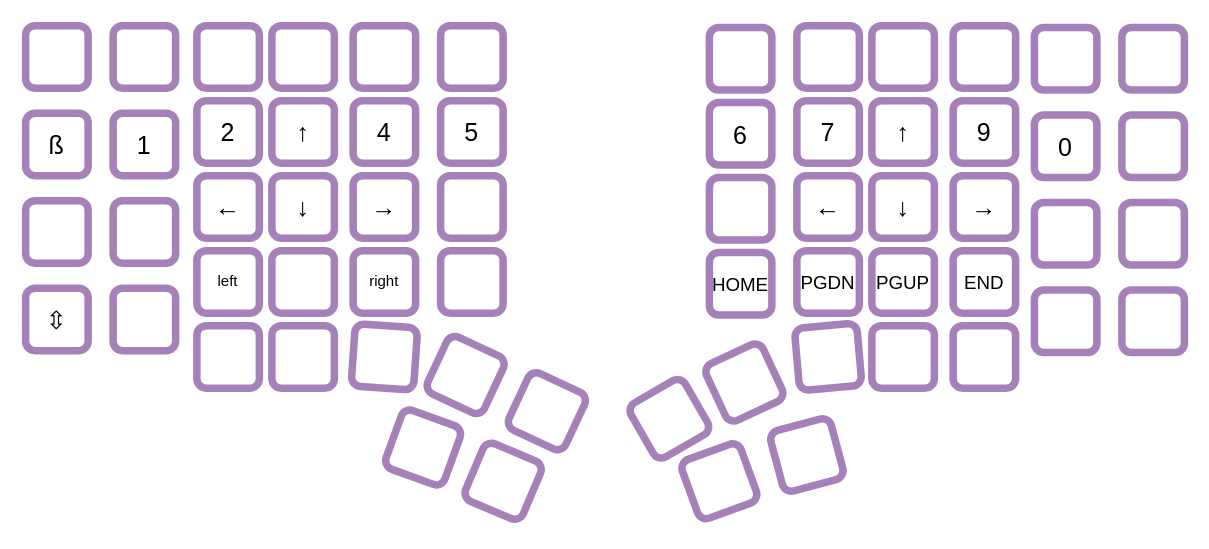
Earlier version of the draw.io diagram page "Raise-navi" (8 of 16) of layouts.drawio (maxistar/dacty). Source tidied: cells renumbered, new cells numbered last; positions are measured from the earlier drawing's top-left corner, leaving out a move shared by most shapes. Both pictures are drawn from the tidied source at 125%, with x=0, y=0 at pixel (25, 25).
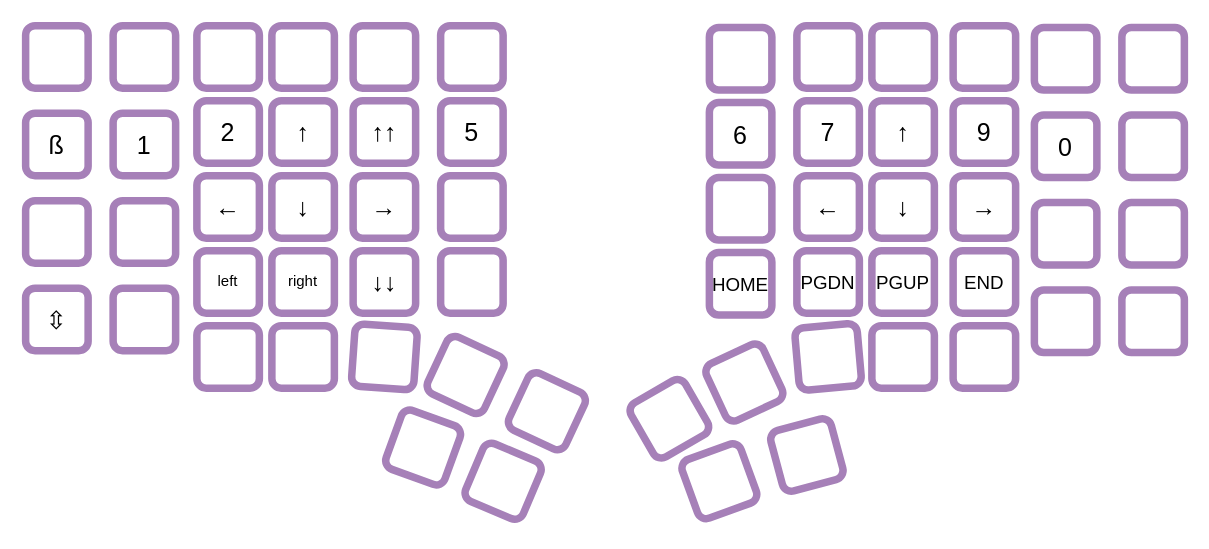
After the change.

What changed in the source:
```diff
@@
-    <mxCell id="18" style="rounded=1;whiteSpace=wrap;html=1;strokeWidth=6;strokeColor=#A680B8;" parent="1" vertex="1">
+    <mxCell id="18" value="right" style="rounded=1;whiteSpace=wrap;html=1;strokeWidth=6;strokeColor=#A680B8;" parent="1" vertex="1">
       <mxGeometry x="197" y="180" width="50" height="50" as="geometry" />
     </mxCell>
@@
-    <mxCell id="20" value="&lt;font style=&quot;font-size: 20px;&quot;&gt;4&lt;/font&gt;" style="rounded=1;whiteSpace=wrap;html=1;strokeWidth=6;strokeColor=#A680B8;" parent="1" vertex="1">
+    <mxCell id="20" value="&lt;span style=&quot;font-size: 20px;&quot;&gt;↑&lt;/span&gt;&lt;span style=&quot;font-size: 20px;&quot;&gt;↑&lt;/span&gt;" style="rounded=1;whiteSpace=wrap;html=1;strokeWidth=6;strokeColor=#A680B8;" parent="1" vertex="1">
       <mxGeometry x="262" y="60" width="50" height="50" as="geometry" />
     </mxCell>
@@
-    <mxCell id="22" value="right" style="rounded=1;whiteSpace=wrap;html=1;strokeWidth=6;strokeColor=#A680B8;" parent="1" vertex="1">
+    <mxCell id="22" value="&lt;span style=&quot;font-size: 20px;&quot;&gt;↓&lt;/span&gt;&lt;span style=&quot;font-size: 20px;&quot;&gt;↓&lt;/span&gt;" style="rounded=1;whiteSpace=wrap;html=1;strokeWidth=6;strokeColor=#A680B8;" parent="1" vertex="1">
       <mxGeometry x="262" y="180" width="50" height="50" as="geometry" />
     </mxCell>
```
